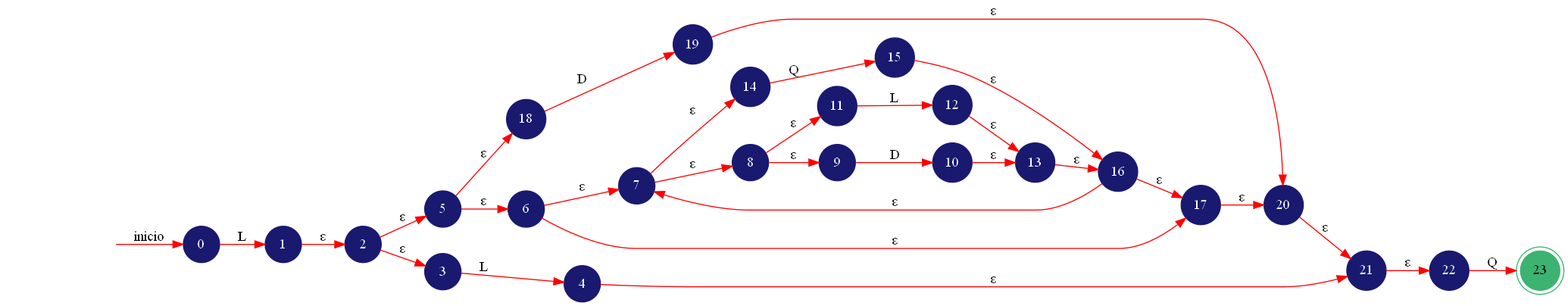
Serch-ING/create-afn-afd keeps this Graphviz diagram as create-afn-afd/src/Imagenes/AFDN.png. Above is the earlier version. Its source is kept beside it as create-afn-afd/src/Imagenes/AFDN.dot.
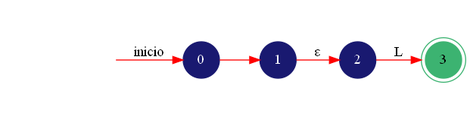
The same diagram one commit later.

What changed in the source:
```diff
@@ -1,38 +1,12 @@
 digraph AUTOMATA{
 	rankdir=LR;
-	node [shape=doublecircle, style = filled,color = mediumseagreen]; 23;
+	node [shape=doublecircle, style = filled,color = mediumseagreen]; 3;
 	node [shape=circle];
 	node [color=midnightblue,fontcolor=white];
 	edge [color=red];
 	secret_node [style=invis];
 	secret_node -> 0 [label="inicio"];
-	0 -> 1 [label="L"];
+	0 -> 1 [label=" "];
 	1 -> 2 [label="ε"];
-	2 -> 5 [label="ε"];
-	2 -> 3 [label="ε"];
-	3 -> 4 [label="L"];
-	4 -> 21 [label="ε"];
-	5 -> 18 [label="ε"];
-	5 -> 6 [label="ε"];
-	6 -> 7 [label="ε"];
-	6 -> 17 [label="ε"];
-	7 -> 14 [label="ε"];
-	7 -> 8 [label="ε"];
-	8 -> 11 [label="ε"];
-	8 -> 9 [label="ε"];
-	9 -> 10 [label="D"];
-	10 -> 13 [label="ε"];
-	11 -> 12 [label="L"];
-	12 -> 13 [label="ε"];
-	13 -> 16 [label="ε"];
-	14 -> 15 [label="Q"];
-	15 -> 16 [label="ε"];
-	16 -> 7 [label="ε"];
-	16 -> 17 [label="ε"];
-	17 -> 20 [label="ε"];
-	18 -> 19 [label="D"];
-	19 -> 20 [label="ε"];
-	20 -> 21 [label="ε"];
-	21 -> 22 [label="ε"];
-	22 -> 23 [label="Q"];
+	2 -> 3 [label="L"];
 }
```
